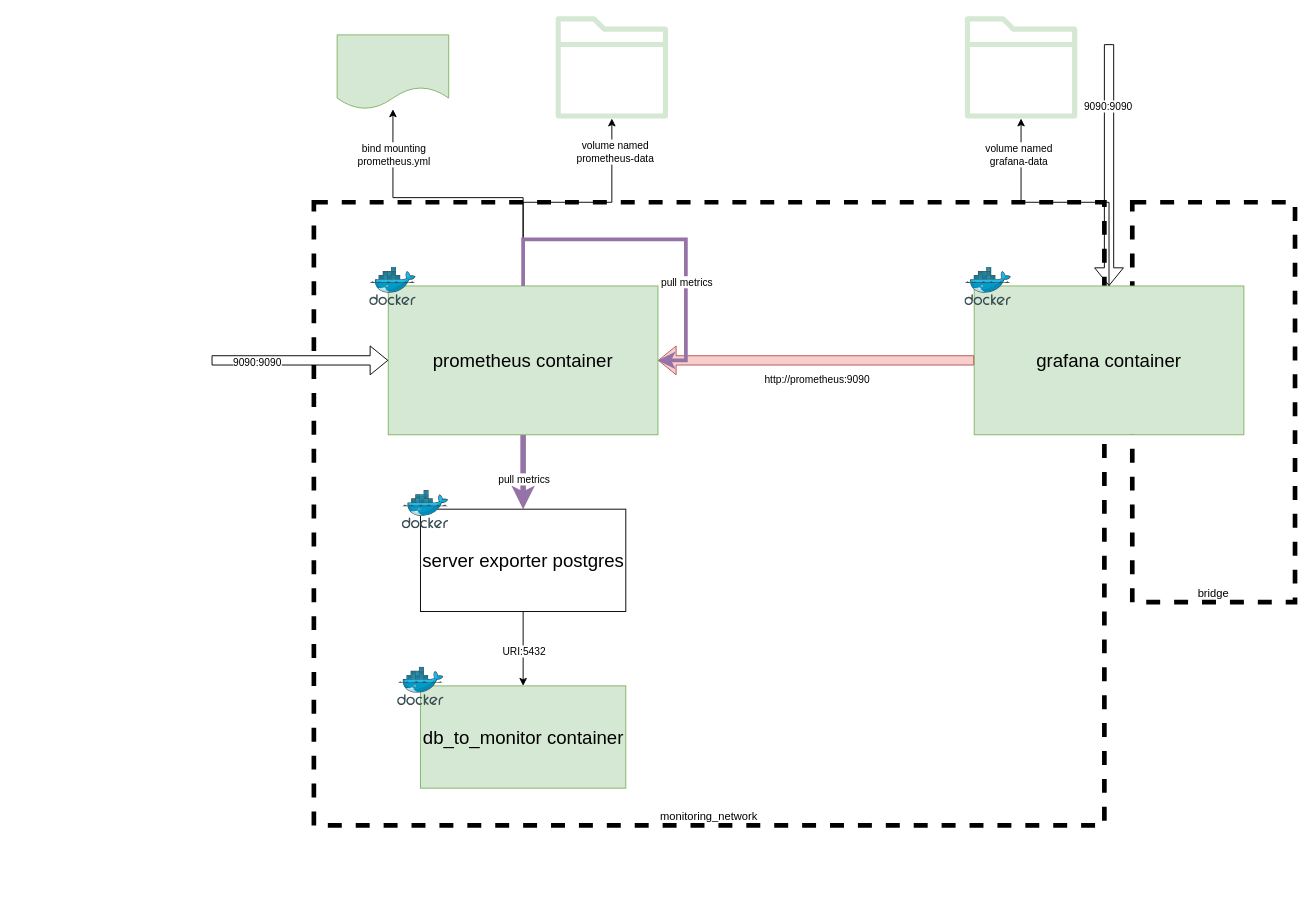
Before: page "monitoring-grafana-pg" (12 of 12) of planning.drawio in argonaultes-education/hexagone-3b-3INSI-2026, a draw.io diagram. Source tidied: cells renumbered, new cells numbered last; positions are measured from the earlier drawing's top-left corner, leaving out a move shared by most shapes. Both pictures are drawn from the tidied source at 93%, with x=0, y=0 at pixel (211, 16).
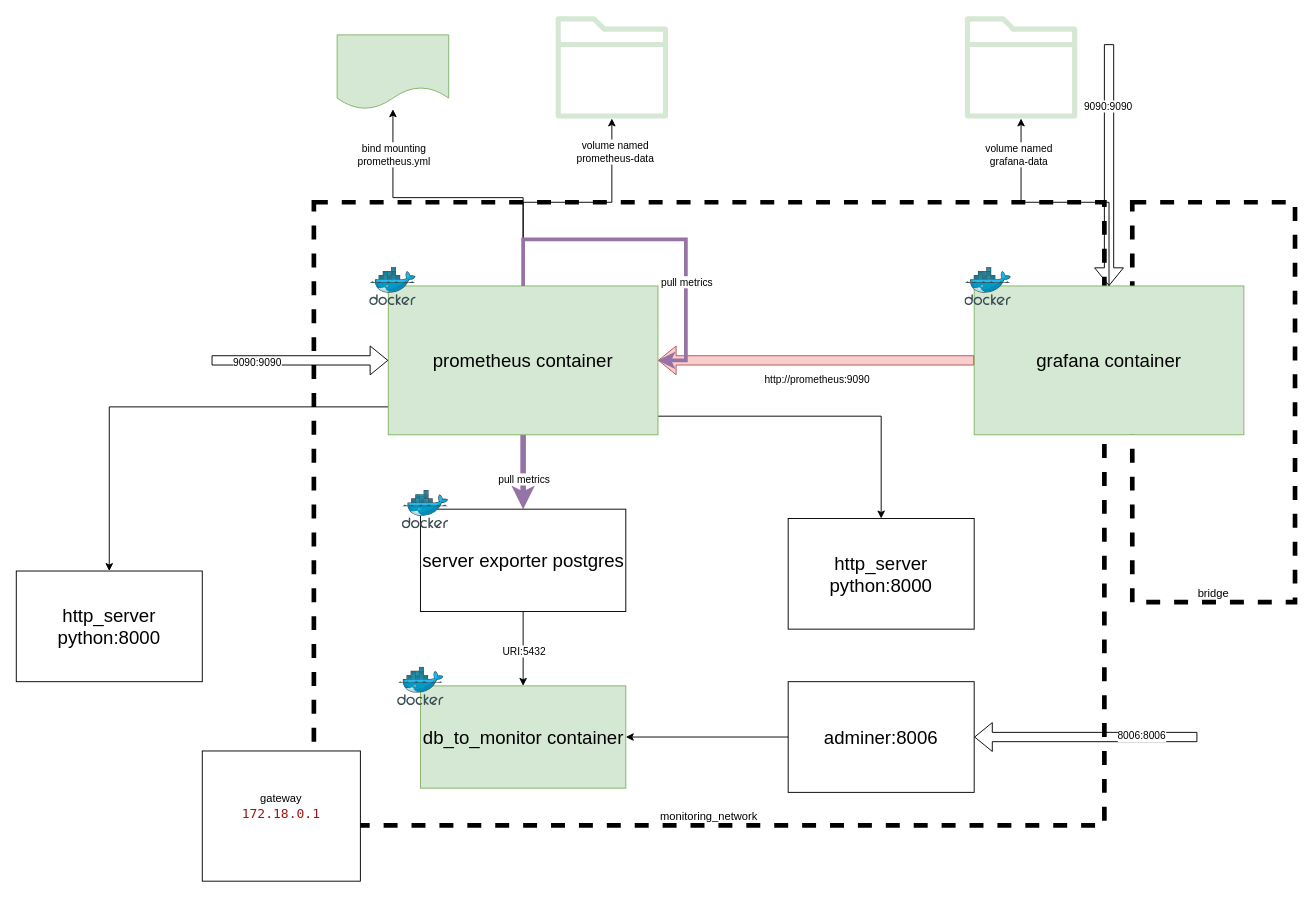
The same diagram, later.

Unchanged cells that the change refers to:
```xml
<mxCell id="10" value="prometheus container" style="rounded=0;whiteSpace=wrap;html=1;fontSize=20;fillColor=#d5e8d4;strokeColor=#82b366;" parent="1" vertex="1">
  <mxGeometry x="190" y="290" width="290" height="160" as="geometry" />
</mxCell>
<mxCell id="24" value="db_to_monitor container" style="rounded=0;whiteSpace=wrap;html=1;fontSize=20;fillColor=#d5e8d4;strokeColor=#82b366;" parent="1" vertex="1">
  <mxGeometry x="224.6" y="720" width="220.8" height="110" as="geometry" />
</mxCell>
```

Diff of the diagram source:
```diff
@@
+    <mxCell id="33" style="edgeStyle=orthogonalEdgeStyle;rounded=0;jettySize=auto;html=1;entryX=0.5;entryY=0;entryDx=0;entryDy=0;" parent="1" edge="1" source="10" target="35">
+      <mxGeometry relative="1" as="geometry">
+        <Array as="points">
+          <mxPoint x="-110" y="420" />
+        </Array>
+      </mxGeometry>
+    </mxCell>
+    <mxCell id="34" style="edgeStyle=orthogonalEdgeStyle;rounded=0;jettySize=auto;html=1;entryX=0.5;entryY=0;entryDx=0;entryDy=0;" parent="1" edge="1" source="10" target="41">
+      <mxGeometry relative="1" as="geometry">
+        <Array as="points">
+          <mxPoint x="720" y="430" />
+        </Array>
+      </mxGeometry>
+    </mxCell>
@@
+    <mxCell id="35" value="http_server python:8000" style="rounded=0;whiteSpace=wrap;html=1;fontSize=20;" parent="1" vertex="1">
+      <mxGeometry x="-210" y="596.5" width="200" height="119" as="geometry" />
+    </mxCell>
+    <mxCell id="36" style="edgeStyle=orthogonalEdgeStyle;rounded=0;jettySize=auto;html=1;entryX=1;entryY=0.5;entryDx=0;entryDy=0;" parent="1" edge="1" source="37" target="24">
+      <mxGeometry relative="1" as="geometry" />
+    </mxCell>
+    <mxCell id="37" value="adminer:8006" style="rounded=0;whiteSpace=wrap;html=1;fontSize=20;" parent="1" vertex="1">
+      <mxGeometry x="620" y="715.5" width="200" height="119" as="geometry" />
+    </mxCell>
+    <mxCell id="38" style="shape=flexArrow;endArrow=classic;html=1;rounded=0;" parent="1" edge="1" target="37">
+      <mxGeometry relative="1" as="geometry">
+        <mxPoint x="1060" y="775" as="sourcePoint" />
+      </mxGeometry>
+    </mxCell>
+    <mxCell id="39" value="8006:8006" style="edgeLabel;html=1;align=center;verticalAlign=middle;" parent="38" vertex="1">
+      <mxGeometry x="-0.49" y="-2" relative="1" as="geometry" />
+    </mxCell>
+    <mxCell id="40" value="gateway&lt;div&gt;&lt;div style=&quot;color: rgb(59, 59, 59); background-color: rgb(255, 255, 255); font-family: &amp;quot;Droid Sans Mono&amp;quot;, &amp;quot;monospace&amp;quot;, monospace; font-size: 14px; line-height: 19px; white-space: pre;&quot;&gt;&lt;span style=&quot;color: #a31515;&quot;&gt;172.18.0.1&lt;/span&gt;&lt;/div&gt;&lt;/div&gt;&lt;div style=&quot;color: rgb(59, 59, 59); background-color: rgb(255, 255, 255); font-family: &amp;quot;Droid Sans Mono&amp;quot;, &amp;quot;monospace&amp;quot;, monospace; font-size: 14px; line-height: 19px; white-space: pre;&quot;&gt;&lt;span style=&quot;color: #a31515;&quot;&gt;&lt;br&gt;&lt;/span&gt;&lt;/div&gt;" style="rounded=0;whiteSpace=wrap;html=1;" parent="1" vertex="1">
+      <mxGeometry x="-10" y="790" width="170" height="140" as="geometry" />
+    </mxCell>
+    <mxCell id="41" value="http_server python:8000" style="rounded=0;whiteSpace=wrap;html=1;fontSize=20;" parent="1" vertex="1">
+      <mxGeometry x="620" y="540" width="200" height="119" as="geometry" />
+    </mxCell>
```
